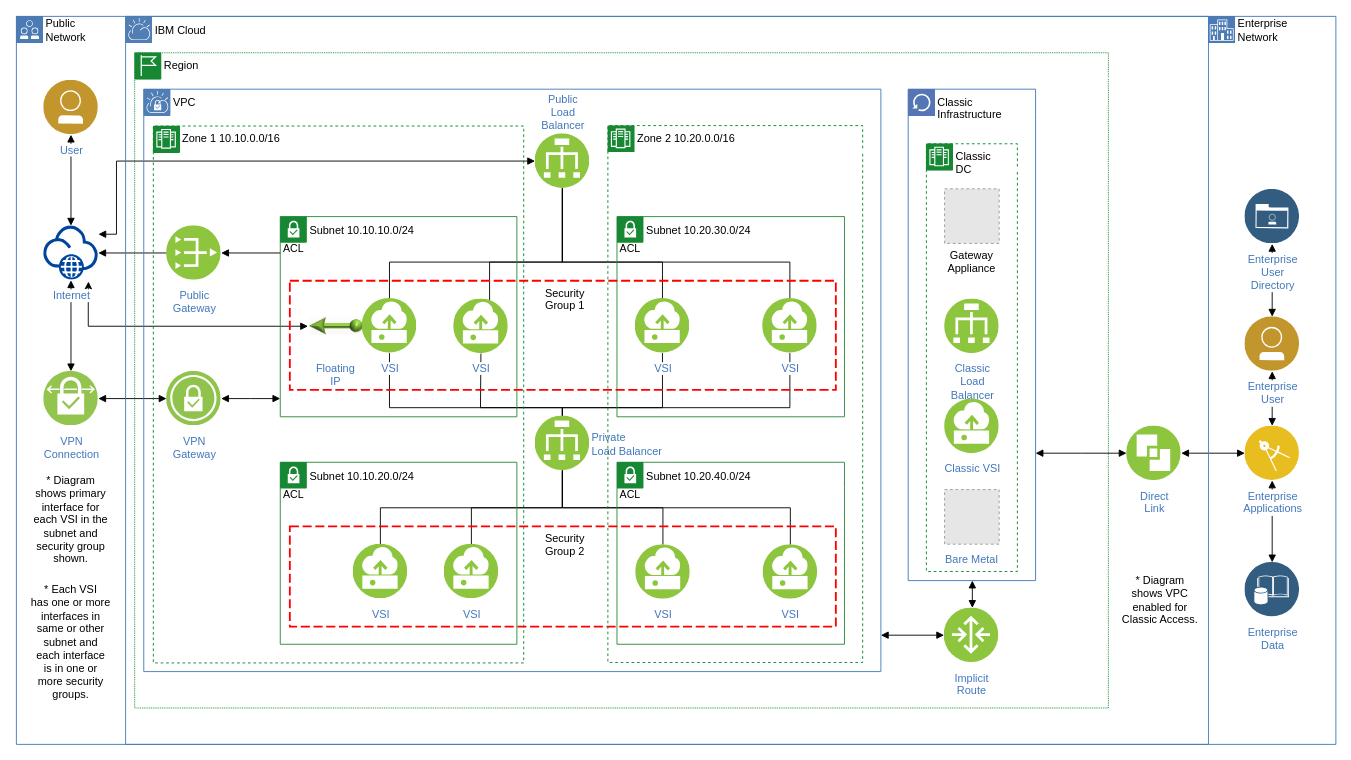
Before: Untitled Diagram.drawio in SuperGreenSamurai/CF-VPC, a draw.io diagram. Source tidied: cells renumbered, new cells numbered last; positions are measured from the earlier drawing's top-left corner, leaving out a move shared by most shapes. Both pictures are drawn from the tidied source at 91%, with x=0, y=0 at pixel (16, 16). Pictures stored in the file or linked from it are replaced by grey dashed boxes.
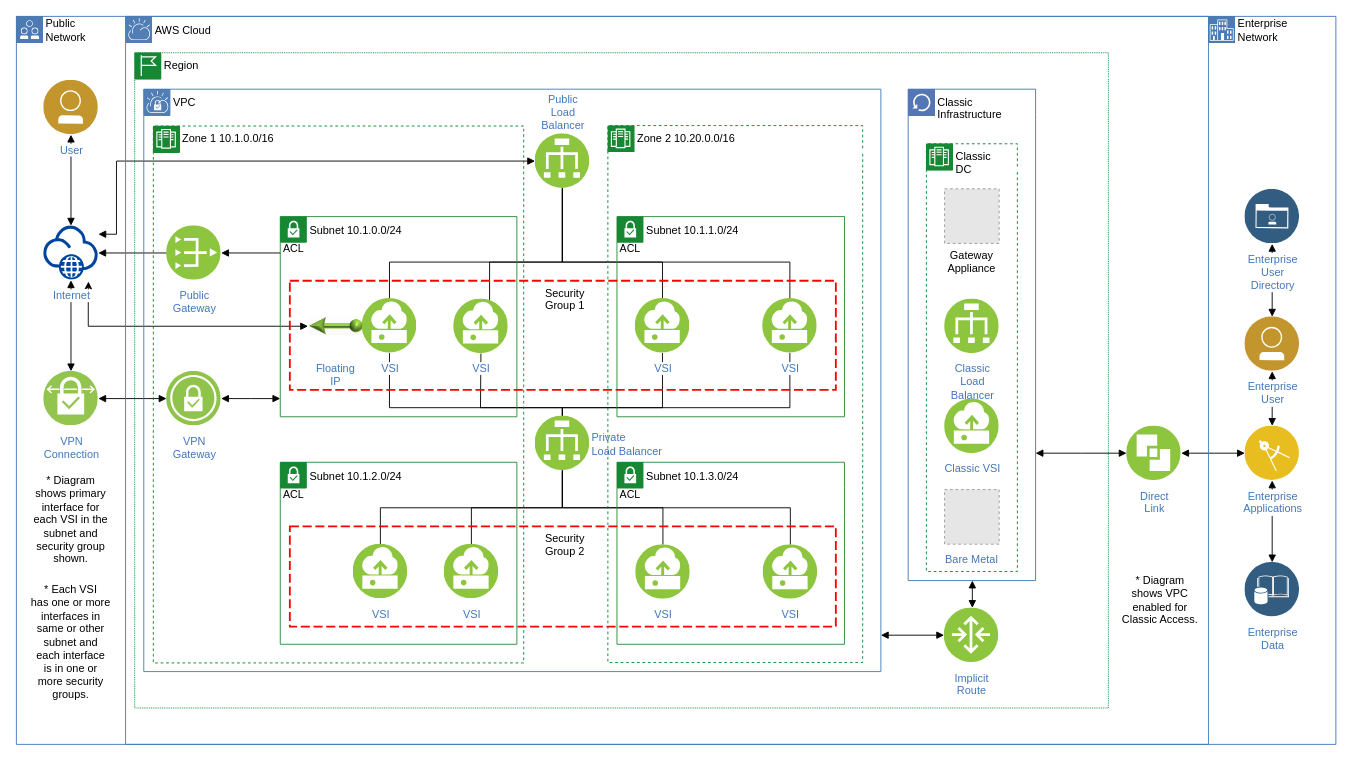
After the change.

The change refers to these unchanged cells:
```xml
<mxCell id="48" style="swimlane;fontStyle=0;horizontal=1;startSize=28;swimlaneLine=0;swimlaneFillColor=none;fillColor=none;rounded=0;whiteSpace=wrap;html=1;absoluteArcSize=1;arcSize=0;strokeColor=#4376BB;verticalAlign=top;align=left;spacingLeft=5;dashed=0;strokeWidth=1;" parent="1" vertex="1">
  <mxGeometry x="-0.5" y="-0.5" width="1450" height="800" as="geometry" />
</mxCell>
```

What changed in the source:
```diff
@@
-    <mxCell id="24" value="Subnet 10.10.20.0/24" style="swimlane;fontStyle=0;horizontal=1;startSize=28;swimlaneLine=0;swimlaneFillColor=none;fillColor=none;rounded=0;whiteSpace=wrap;html=1;absoluteArcSize=1;arcSize=12;strokeColor=#2A8838;verticalAlign=top;align=left;spacingLeft=30;spacingTop=1;dashed=0;strokeWidth=1;" parent="1" vertex="1">
+    <mxCell id="24" value="Subnet 10.1.2.0/24" style="swimlane;fontStyle=0;horizontal=1;startSize=28;swimlaneLine=0;swimlaneFillColor=none;fillColor=none;rounded=0;whiteSpace=wrap;html=1;absoluteArcSize=1;arcSize=12;strokeColor=#2A8838;verticalAlign=top;align=left;spacingLeft=30;spacingTop=1;dashed=0;strokeWidth=1;" parent="1" vertex="1">
       <mxGeometry x="289.5" y="489.5" width="260" height="200" as="geometry" />
     </mxCell>
@@
-    <mxCell id="26" value="Subnet 10.20.40.0/24" style="swimlane;fontStyle=0;horizontal=1;startSize=28;swimlaneLine=0;swimlaneFillColor=none;fillColor=none;rounded=0;whiteSpace=wrap;html=1;absoluteArcSize=1;arcSize=12;strokeColor=#2A8838;verticalAlign=top;align=left;spacingLeft=30;spacingTop=1;dashed=0;strokeWidth=1;" parent="1" vertex="1">
+    <mxCell id="26" value="Subnet 10.1.3.0/24" style="swimlane;fontStyle=0;horizontal=1;startSize=28;swimlaneLine=0;swimlaneFillColor=none;fillColor=none;rounded=0;whiteSpace=wrap;html=1;absoluteArcSize=1;arcSize=12;strokeColor=#2A8838;verticalAlign=top;align=left;spacingLeft=30;spacingTop=1;dashed=0;strokeWidth=1;" parent="1" vertex="1">
       <mxGeometry x="659.5" y="489.5" width="250" height="200" as="geometry" />
     </mxCell>
@@
-    <mxCell id="28" value="Subnet 10.10.10.0/24" style="swimlane;fontStyle=0;horizontal=1;startSize=28;swimlaneLine=0;swimlaneFillColor=none;fillColor=none;rounded=0;whiteSpace=wrap;html=1;absoluteArcSize=1;arcSize=12;strokeColor=#2A8838;verticalAlign=top;align=left;spacingLeft=30;spacingTop=1;dashed=0;strokeWidth=1;" parent="1" vertex="1">
+    <mxCell id="28" value="Subnet&amp;nbsp;10.1.0.0/24" style="swimlane;fontStyle=0;horizontal=1;startSize=28;swimlaneLine=0;swimlaneFillColor=none;fillColor=none;rounded=0;whiteSpace=wrap;html=1;absoluteArcSize=1;arcSize=12;strokeColor=#2A8838;verticalAlign=top;align=left;spacingLeft=30;spacingTop=1;dashed=0;strokeWidth=1;" parent="1" vertex="1">
       <mxGeometry x="289.5" y="219.5" width="260" height="220" as="geometry" />
     </mxCell>
@@
-    <mxCell id="30" value="Subnet 10.20.30.0/24" style="swimlane;fontStyle=0;horizontal=1;startSize=28;swimlaneLine=0;swimlaneFillColor=none;fillColor=none;rounded=0;whiteSpace=wrap;html=1;absoluteArcSize=1;arcSize=12;strokeColor=#2A8838;verticalAlign=top;align=left;spacingLeft=30;spacingTop=1;dashed=0;strokeWidth=1;" parent="1" vertex="1">
+    <mxCell id="30" value="Subnet 10.1.1.0/24" style="swimlane;fontStyle=0;horizontal=1;startSize=28;swimlaneLine=0;swimlaneFillColor=none;fillColor=none;rounded=0;whiteSpace=wrap;html=1;absoluteArcSize=1;arcSize=12;strokeColor=#2A8838;verticalAlign=top;align=left;spacingLeft=30;spacingTop=1;dashed=0;strokeWidth=1;" parent="1" vertex="1">
       <mxGeometry x="659.5" y="219.5" width="250" height="220" as="geometry" />
     </mxCell>
@@
-    <mxCell id="32" value="Zone 1 10.10.0.0/16" style="swimlane;fontStyle=0;horizontal=1;startSize=28;swimlaneLine=0;swimlaneFillColor=none;fillColor=none;rounded=0;whiteSpace=wrap;html=1;absoluteArcSize=1;arcSize=0;strokeColor=#00882B;verticalAlign=top;align=left;spacingLeft=30;dashed=1;strokeWidth=1;" parent="1" vertex="1">
+    <mxCell id="32" value="Zone 1 10.1.0.0/16" style="swimlane;fontStyle=0;horizontal=1;startSize=28;swimlaneLine=0;swimlaneFillColor=none;fillColor=none;rounded=0;whiteSpace=wrap;html=1;absoluteArcSize=1;arcSize=0;strokeColor=#00882B;verticalAlign=top;align=left;spacingLeft=30;dashed=1;strokeWidth=1;" parent="1" vertex="1">
       <mxGeometry x="150" y="120" width="407" height="590" as="geometry" />
     </mxCell>
@@
-    <mxCell id="51" value="IBM Cloud" style="swimlane;fontStyle=0;horizontal=1;startSize=28;swimlaneLine=0;swimlaneFillColor=none;fillColor=none;rounded=0;whiteSpace=wrap;html=1;absoluteArcSize=1;arcSize=12;strokeColor=#417CB9;verticalAlign=top;align=left;spacingLeft=30;spacingTop=1;dashed=0;strokeWidth=1;" parent="48" vertex="1">
+    <mxCell id="51" value="AWS Cloud" style="swimlane;fontStyle=0;horizontal=1;startSize=28;swimlaneLine=0;swimlaneFillColor=none;fillColor=none;rounded=0;whiteSpace=wrap;html=1;absoluteArcSize=1;arcSize=12;strokeColor=#417CB9;verticalAlign=top;align=left;spacingLeft=30;spacingTop=1;dashed=0;strokeWidth=1;" parent="48" vertex="1">
       <mxGeometry x="120" width="1190" height="800" as="geometry" />
     </mxCell>
```
